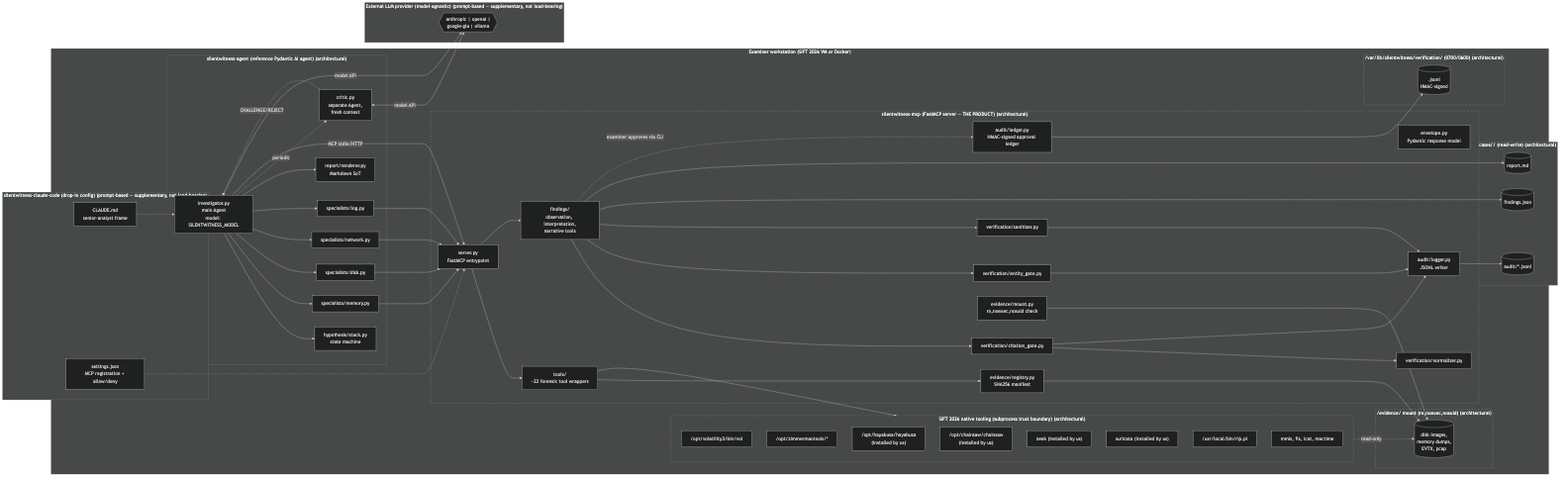
This is docs/diagrams/architecture.png from Blockchain-Oracle/silentwitness, a Mermaid export, as it was before one commit. Its source is kept beside it as docs/diagrams/architecture.mmd.
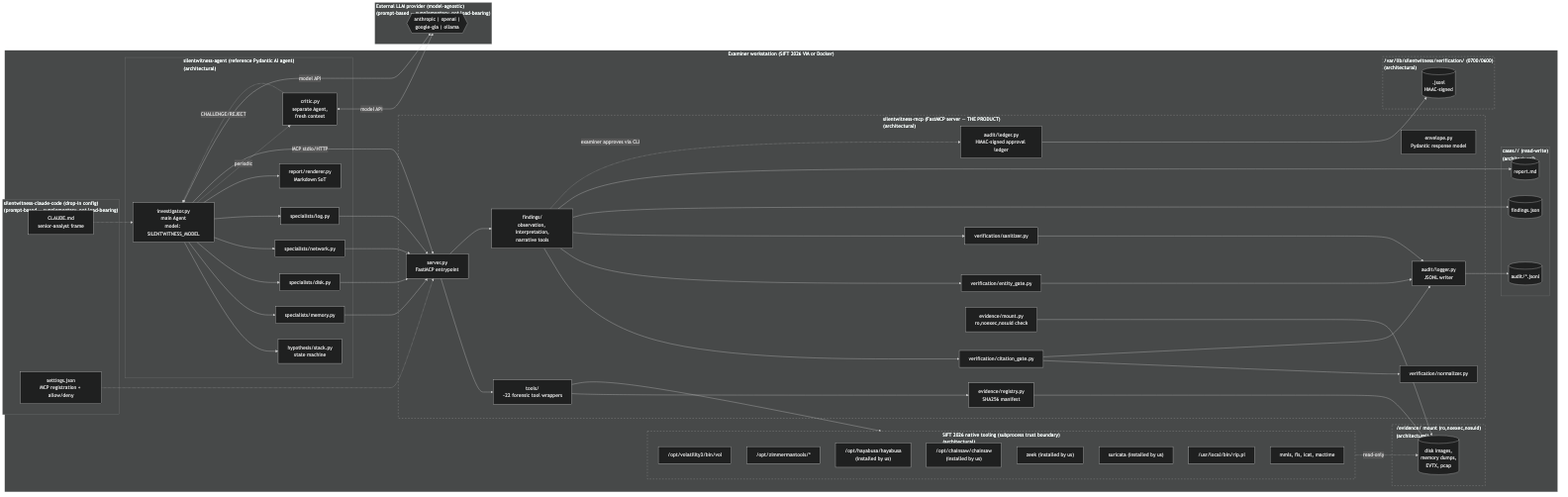
Later version of the same file.

Commit message:
fix(docs): address PR #205 review findings for architecture diagram

The edit, as a diff of the source:
```diff
@@ -1,12 +1,12 @@
 flowchart LR
     subgraph user_machine["Examiner workstation (SIFT 2026 VM or Docker)"]
 
-        subgraph claude_code_artifact["silentwitness-claude-code (drop-in config) (prompt-based — supplementary, not load-bearing)"]
+        subgraph claude_code_artifact["silentwitness-claude-code (drop-in config)<br/>(prompt-based — supplementary, not load-bearing)"]
             cc_md["CLAUDE.md<br/>senior-analyst frame"]
             cc_settings["settings.json<br/>MCP registration + allow/deny"]
         end
 
-        subgraph agent_artifact["silentwitness-agent (reference Pydantic AI agent) (architectural)"]
+        subgraph agent_artifact["silentwitness-agent (reference Pydantic AI agent)<br/>(architectural)"]
             investigator["investigator.py<br/>main Agent<br/>model: SILENTWITNESS_MODEL"]
             mem_spec["specialists/memory.py"]
             disk_spec["specialists/disk.py"]
@@ -17,7 +17,7 @@
             critic["critic.py<br/>separate Agent,<br/>fresh context"]
         end
 
-        subgraph mcp_artifact["silentwitness-mcp (FastMCP server — THE PRODUCT) (architectural)"]
+        subgraph mcp_artifact["silentwitness-mcp (FastMCP server — THE PRODUCT)<br/>(architectural)"]
             srv["server.py<br/>FastMCP entrypoint"]
             tools["tools/<br/>~22 forensic tool wrappers"]
             envelope["envelope.py<br/>Pydantic response model"]
@@ -32,7 +32,7 @@
             findings["findings/<br/>observation, interpretation,<br/>narrative tools"]
         end
 
-        subgraph sift_tools["SIFT 2026 native tooling (subprocess trust boundary) (architectural)"]
+        subgraph sift_tools["SIFT 2026 native tooling (subprocess trust boundary)<br/>(architectural)"]
             vol3["/opt/volatility3/bin/vol"]
             ez["/opt/zimmermantools/*"]
             hayabusa["/opt/hayabusa/hayabusa<br/>(installed by us)"]
@@ -43,23 +43,23 @@
             tsk["mmls, fls, icat, mactime"]
         end
 
-        subgraph evidence_volume["/evidence/ mount (ro,noexec,nosuid) (architectural)"]
+        subgraph evidence_volume["/evidence/ mount (ro,noexec,nosuid)<br/>(architectural)"]
             ev_files[("disk images,<br/>memory dumps,<br/>EVTX, pcap")]
         end
 
-        subgraph case_volume["cases/<case_id>/ (read-write) (architectural)"]
+        subgraph case_volume["cases/<case_id>/ (read-write)<br/>(architectural)"]
             audit_dir[("audit/*.jsonl")]
             report_md[("report.md")]
             findings_json[("findings.json")]
         end
 
-        subgraph ledger_volume["/var/lib/silentwitness/verification/ (0700/0600) (architectural)"]
+        subgraph ledger_volume["/var/lib/silentwitness/verification/ (0700/0600)<br/>(architectural)"]
             led_jsonl[("<case_id>.jsonl<br/>HMAC-signed")]
         end
 
     end
 
-    subgraph llm_provider["External LLM provider (model-agnostic) (prompt-based — supplementary, not load-bearing)"]
+    subgraph llm_provider["External LLM provider (model-agnostic)<br/>(prompt-based — supplementary, not load-bearing)"]
         prov{{"anthropic | openai |<br/>google-gla | ollama"}}
     end
 
```
